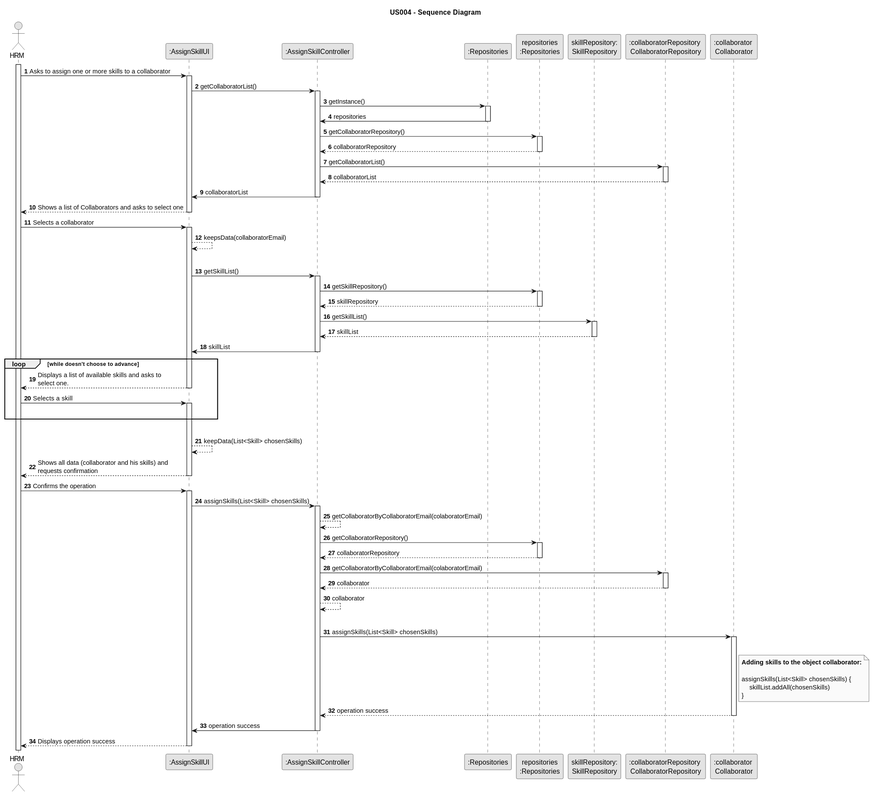
This is docs/sprintB/us004/03.design/svg/us004-sequence-diagram.svg from Rui-San/LAPR2_2023_2024, a PlantUML export, as it was before one commit. Its diagram source:
```plantuml
@startuml
skinparam monochrome true
skinparam packageStyle rectangle
skinparam shadowing false

title US004 - Sequence Diagram

autonumber

actor "HRM" as HRM
participant ":AssignSkillUI" as UI
participant ":AssignSkillController" as CTRL
participant ":Repositories" as RepositorySingleton
participant "repositories\n:Repositories" as rep
participant "skillRepository:\nSkillRepository" as SkillRepository
participant ":collaboratorRepository \nCollaboratorRepository" as COLREP
participant ":collaborator \nCollaborator" as COL

activate HRM

    HRM -> UI : Asks to assign one or more skills to a collaborator

    activate UI

        UI -> CTRL : getCollaboratorList()

        activate CTRL

            CTRL -> RepositorySingleton : getInstance()

            activate RepositorySingleton

                RepositorySingleton -> CTRL : repositories
            deactivate RepositorySingleton

            CTRL -> rep : getCollaboratorRepository()
            activate rep

                rep --> CTRL : collaboratorRepository
            deactivate rep
            CTRL -> COLREP : getCollaboratorList()

            activate COLREP

            COLREP --> CTRL : collaboratorList
            deactivate COLREP


            CTRL -> UI : collaboratorList
        deactivate CTRL
        UI --> HRM : Shows a list of Collaborators and asks to select one

    deactivate UI

    HRM -> UI : Selects a collaborator
    activate UI


    UI --> UI : keepsData(collaboratorEmail)

    |||

        UI -> CTRL : getSkillList()

        activate CTRL


            CTRL -> rep : getSkillRepository()

            activate rep

                rep --> CTRL : skillRepository
            deactivate rep

            CTRL -> SkillRepository : getSkillList()

            activate SkillRepository

                SkillRepository --> CTRL : skillList
            deactivate SkillRepository

            CTRL -> UI : skillList
        deactivate CTRL

        loop while doesn't choose to advance

            UI --> HRM : Displays a list of available skills and asks to \nselect one.
    deactivate UI

        HRM -> UI : Selects a skill
        |||

    activate UI

        end
        |||
        UI --> UI : keepData(List<Skill> chosenSkills)

        UI --> HRM : Shows all data (collaborator and his skills) and \nrequests confirmation
    deactivate UI

    HRM -> UI : Confirms the operation
    activate UI


        UI -> CTRL : assignSkills(List<Skill> chosenSkills)

        activate CTRL

            CTRL --> CTRL : getCollaboratorByCollaboratorEmail(colaboratorEmail)


            CTRL -> rep : getCollaboratorRepository()

            activate rep

                rep --> CTRL : collaboratorRepository
            deactivate rep

            CTRL -> COLREP : getCollaboratorByCollaboratorEmail(colaboratorEmail)
            activate COLREP

                COLREP --> CTRL : collaborator
            deactivate COLREP

            CTRL --> CTRL : collaborator
            |||

            CTRL -> COL : assignSkills(List<Skill> chosenSkills)
            |||
            activate COL

            Note right of COL
                <font color=black><b>Adding skills to the object collaborator:

                assignSkills(List<Skill> chosenSkills) {
                    skillList.addAll(chosenSkills)
                }
            end note
                COL -->CTRL : operation success



            deactivate COL
            CTRL -> UI : operation success
        deactivate CTRL

        UI --> HRM : Displays operation success
    deactivate UI
@enduml
```
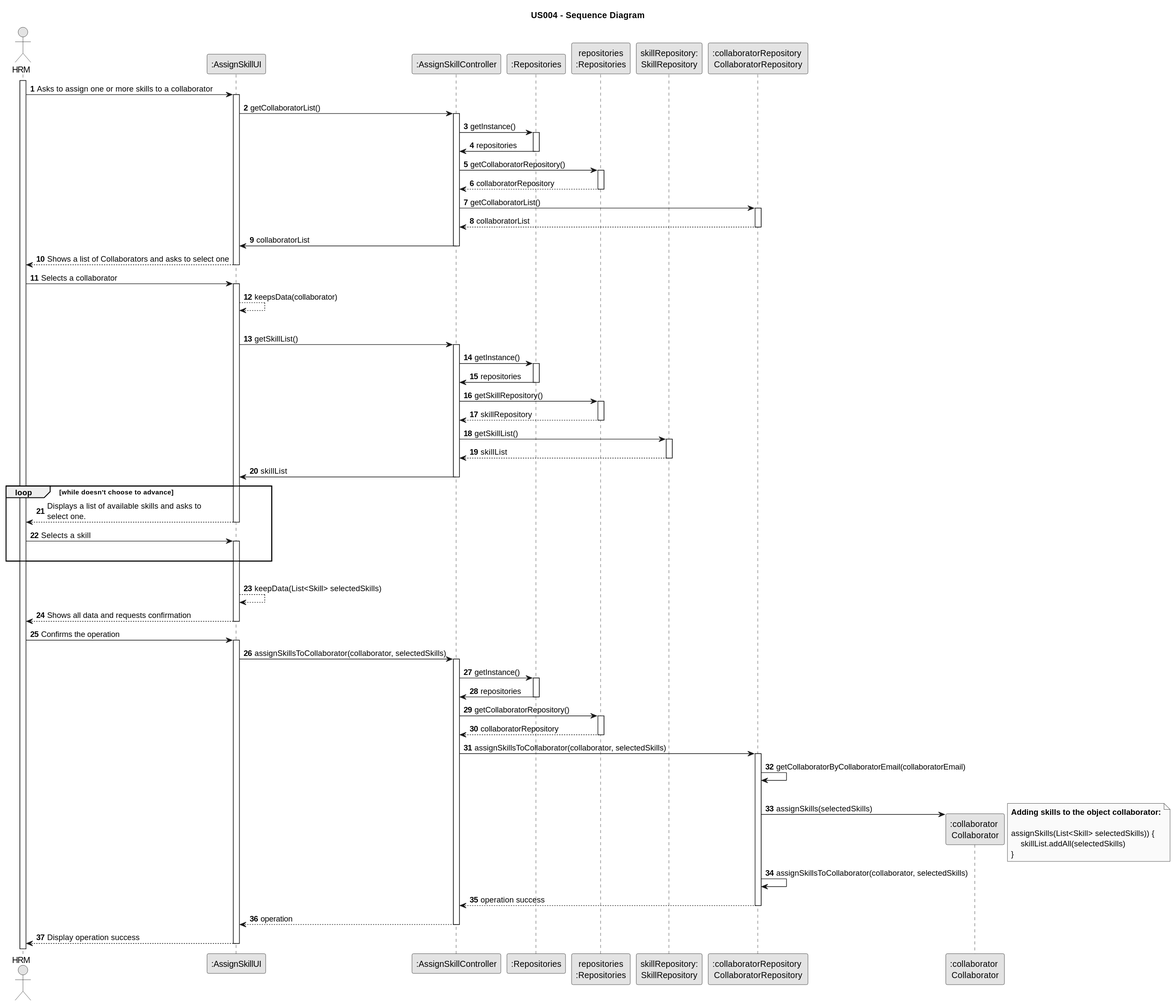
Later version of the same file.

Commit message:
US004 - Assign Skills - Fixed methods names to match System Sequence. Updated System Sequence + new svg (its now correct).

Diff of the diagram source:
```diff
@@ -56,7 +56,7 @@
     activate UI
 
 
-    UI --> UI : keepsData(collaboratorEmail)
+    UI --> UI : keepsData(collaborator)
 
     |||
 
@@ -64,6 +64,12 @@
 
         activate CTRL
 
+            CTRL -> RepositorySingleton : getInstance()
+
+            activate RepositorySingleton
+
+                RepositorySingleton -> CTRL : repositories
+            deactivate RepositorySingleton
 
             CTRL -> rep : getSkillRepository()
 
@@ -94,57 +100,54 @@
 
         end
         |||
-        UI --> UI : keepData(List<Skill> chosenSkills)
+        UI --> UI : keepData(List<Skill> selectedSkills)
 
-        UI --> HRM : Shows all data (collaborator and his skills) and \nrequests confirmation
+        UI --> HRM : Shows all data and requests confirmation
     deactivate UI
 
     HRM -> UI : Confirms the operation
     activate UI
 
 
-        UI -> CTRL : assignSkills(List<Skill> chosenSkills)
+        UI -> CTRL : assignSkillsToCollaborator(collaborator, selectedSkills)
 
         activate CTRL
 
-            CTRL --> CTRL : getCollaboratorByCollaboratorEmail(colaboratorEmail)
+            CTRL -> RepositorySingleton : getInstance()
+
+                    activate RepositorySingleton
+
+                        RepositorySingleton -> CTRL : repositories
+                    deactivate RepositorySingleton
+
+                    CTRL -> rep : getCollaboratorRepository()
+                    activate rep
+
+                        rep --> CTRL : collaboratorRepository
+                    deactivate rep
+                    CTRL -> COLREP : assignSkillsToCollaborator(collaborator, selectedSkills)
+
+                    activate COLREP
+
+                    COLREP -> COLREP : getCollaboratorByCollaboratorEmail(collaboratorEmail)
 
 
-            CTRL -> rep : getCollaboratorRepository()
+                    |||
 
-            activate rep
+                    COLREP -> COL** : assignSkills(selectedSkills)
+                   Note right
+                   <font color=black><b>Adding skills to the object collaborator:
 
-                rep --> CTRL : collaboratorRepository
-            deactivate rep
+                   assignSkills(List<Skill> selectedSkills)) {
+                       skillList.addAll(selectedSkills)
+                   }
+                   end note
 
-            CTRL -> COLREP : getCollaboratorByCollaboratorEmail(colaboratorEmail)
-            activate COLREP
-
-                COLREP --> CTRL : collaborator
-            deactivate COLREP
-
-            CTRL --> CTRL : collaborator
-            |||
-
-            CTRL -> COL : assignSkills(List<Skill> chosenSkills)
-            |||
-            activate COL
-
-            Note right of COL
-                <font color=black><b>Adding skills to the object collaborator:
-
-                assignSkills(List<Skill> chosenSkills) {
-                    skillList.addAll(chosenSkills)
-                }
-            end note
-                COL -->CTRL : operation success
-
-
-
-            deactivate COL
-            CTRL -> UI : operation success
-        deactivate CTRL
-
-        UI --> HRM : Displays operation success
-    deactivate UI
+                    COLREP -> COLREP : assignSkillsToCollaborator(collaborator, selectedSkills)
+                    COLREP --> CTRL : operation success
+                deactivate COLREP
+                CTRL --> UI : operation
+                deactivate CTRL
+                UI --> HRM : Display operation success
+                deactivate UI
 @enduml
```
